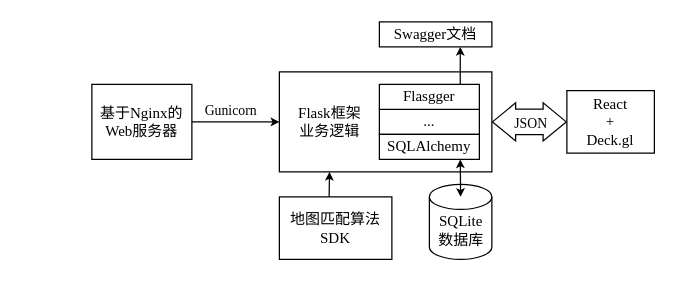
The draw.io diagram paper/Flask.drawio in MondayCha/Draw.io, before the edit. Source tidied: cells renumbered, new cells numbered last; positions are measured from the earlier drawing's top-left corner, leaving out a move shared by most shapes. Both pictures are drawn from the tidied source at 125%, with x=0, y=0 at pixel (91, 21).
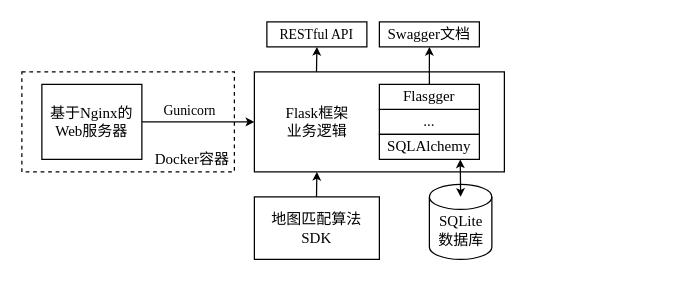
The same page after the edit.

What changed in the source:
```diff
@@
+    <mxCell id="19" style="rounded=0;whiteSpace=wrap;html=1;fontFamily=宋体;align=center;dashed=1;" parent="1" vertex="1">
+      <mxGeometry x="-56" y="40" width="170" height="80" as="geometry" />
+    </mxCell>
@@
     <mxCell id="3" style="rounded=0;whiteSpace=wrap;html=1;fontFamily=宋体;align=center;" parent="1" vertex="1">
-      <mxGeometry x="150" y="40" width="170" height="80" as="geometry" />
+      <mxGeometry x="130" y="40" width="200" height="80" as="geometry" />
     </mxCell>
@@
-    <mxCell id="7" style="edgeStyle=orthogonalEdgeStyle;rounded=0;jettySize=auto;html=1;exitX=1;exitY=0.5;exitDx=0;exitDy=0;entryX=0;entryY=0.5;entryDx=0;entryDy=0;fontFamily=Times New Roman;startSize=4;endSize=4;" parent="1" edge="1" source="9" target="3">
-      <mxGeometry relative="1" as="geometry" />
+    <mxCell id="7" style="edgeStyle=orthogonalEdgeStyle;rounded=0;jettySize=auto;html=1;exitX=1;exitY=0.5;exitDx=0;exitDy=0;entryX=0;entryY=0.5;entryDx=0;entryDy=0;fontFamily=Times New Roman;startSize=4;endSize=4;" parent="1" edge="1" source="9">
+      <mxGeometry relative="1" as="geometry">
+        <mxPoint x="130" y="80" as="targetPoint" />
+      </mxGeometry>
     </mxCell>
@@
     <mxCell id="9" value="基于&lt;font face=&quot;Times New Roman&quot;&gt;Nginx&lt;/font&gt;的&lt;br&gt;&lt;font face=&quot;Times New Roman&quot;&gt;Web&lt;/font&gt;服务器" style="rounded=0;whiteSpace=wrap;html=1;fontFamily=宋体;align=center;" parent="1" vertex="1">
-      <mxGeometry y="50" width="80" height="60" as="geometry" />
+      <mxGeometry x="-40" y="50" width="80" height="60" as="geometry" />
     </mxCell>
@@
     <mxCell id="11" value="Swagger&lt;font face=&quot;宋体&quot;&gt;文档&lt;/font&gt;" style="rounded=0;whiteSpace=wrap;html=1;fontFamily=Times New Roman;strokeWidth=1;" parent="1" vertex="1">
-      <mxGeometry x="230" width="90" height="20" as="geometry" />
+      <mxGeometry x="230" width="80" height="20" as="geometry" />
     </mxCell>
     <mxCell id="12" style="endArrow=classic;html=1;rounded=0;fontFamily=宋体;startSize=4;endSize=4;" parent="1" edge="1">
       <mxGeometry relative="1" as="geometry">
-        <mxPoint x="294.7" y="50" as="sourcePoint" />
-        <mxPoint x="294.7" y="20" as="targetPoint" />
+        <mxPoint x="270" y="50" as="sourcePoint" />
+        <mxPoint x="270" y="20" as="targetPoint" />
       </mxGeometry>
     </mxCell>
+    <mxCell id="14" value="地图匹配算法&lt;br&gt;&lt;font face=&quot;Times New Roman&quot;&gt;SDK&lt;/font&gt;" style="rounded=0;whiteSpace=wrap;html=1;fontFamily=宋体;align=center;" parent="1" vertex="1">
+      <mxGeometry x="130" y="140" width="100" height="50" as="geometry" />
+    </mxCell>
+    <mxCell id="20" value="&lt;font face=&quot;Times New Roman&quot;&gt;Docker&lt;/font&gt;&lt;font face=&quot;宋体&quot;&gt;容器&lt;/font&gt;" style="text;html=1;align=center;verticalAlign=middle;strokeColor=none;fillColor=none;" parent="1" vertex="1">
+      <mxGeometry x="40" y="100" width="80" height="20" as="geometry" />
+    </mxCell>
+    <mxCell id="21" style="endArrow=classic;html=1;rounded=0;fontFamily=宋体;startSize=4;endSize=4;" parent="1" edge="1">
+      <mxGeometry relative="1" as="geometry">
+        <mxPoint x="179.7" y="40" as="sourcePoint" />
+        <mxPoint x="180" y="20" as="targetPoint" />
+      </mxGeometry>
+    </mxCell>
+    <mxCell id="22" value="&lt;span style=&quot;font-size: 11px ; background-color: rgb(255 , 255 , 255)&quot;&gt;RESTful API&lt;/span&gt;" style="rounded=0;whiteSpace=wrap;html=1;fontFamily=Times New Roman;strokeWidth=1;" parent="1" vertex="1">
+      <mxGeometry x="140" width="80" height="20" as="geometry" />
+    </mxCell>
+    <mxCell id="23" style="endArrow=classic;html=1;rounded=0;fontFamily=宋体;startSize=4;endSize=4;" parent="1" edge="1">
+      <mxGeometry relative="1" as="geometry">
+        <mxPoint x="179.7" y="140" as="sourcePoint" />
+        <mxPoint x="180" y="120" as="targetPoint" />
+      </mxGeometry>
+    </mxCell>
     <mxCell id="13" value="&lt;font face=&quot;Times New Roman&quot;&gt;Flask&lt;/font&gt;框架&lt;br&gt;业务逻辑" style="text;html=1;align=center;verticalAlign=middle;strokeColor=none;fillColor=none;fontFamily=宋体;" parent="1" vertex="1">
-      <mxGeometry x="155" y="65" width="70" height="30" as="geometry" />
+      <mxGeometry x="145" y="65" width="70" height="30" as="geometry" />
     </mxCell>
-    <mxCell id="14" value="地图匹配算法&lt;font face=&quot;Times New Roman&quot;&gt;SDK&lt;/font&gt;" style="rounded=0;whiteSpace=wrap;html=1;fontFamily=宋体;align=center;" parent="1" vertex="1">
-      <mxGeometry x="150" y="140" width="90" height="50" as="geometry" />
-    </mxCell>
-    <mxCell id="15" style="endArrow=classic;html=1;rounded=0;fontFamily=宋体;startSize=4;endSize=4;" parent="1" edge="1">
-      <mxGeometry relative="1" as="geometry">
-        <mxPoint x="189.8" y="140" as="sourcePoint" />
-        <mxPoint x="190.1" y="120" as="targetPoint" />
-      </mxGeometry>
-    </mxCell>
-    <mxCell id="16" style="shape=flexArrow;endArrow=classic;startArrow=classic;html=1;rounded=0;fontFamily=宋体;startSize=5.8342857142857145;endSize=5.8342857142857145;exitX=1;exitY=0.5;exitDx=0;exitDy=0;width=20.571428571428573;endWidth=8.816326530612244;startWidth=8.816326530612244;" parent="1" edge="1" source="3">
-      <mxGeometry relative="1" as="geometry">
-        <mxPoint x="380" y="80" as="targetPoint" />
-      </mxGeometry>
-    </mxCell>
-    <mxCell id="17" value="&lt;font face=&quot;Times New Roman&quot;&gt;JSON&lt;/font&gt;" style="edgeLabel;html=1;align=center;verticalAlign=middle;fontFamily=宋体;" parent="16" vertex="1">
-      <mxGeometry x="-0.21" y="1" relative="1" as="geometry">
-        <mxPoint x="6" y="1" as="offset" />
-      </mxGeometry>
-    </mxCell>
-    <mxCell id="18" value="React&lt;br&gt;+&lt;br&gt;Deck.gl" style="rounded=0;whiteSpace=wrap;html=1;fontFamily=Times New Roman;strokeWidth=1;" parent="1" vertex="1">
-      <mxGeometry x="380" y="55" width="70" height="50" as="geometry" />
-    </mxCell>
```
